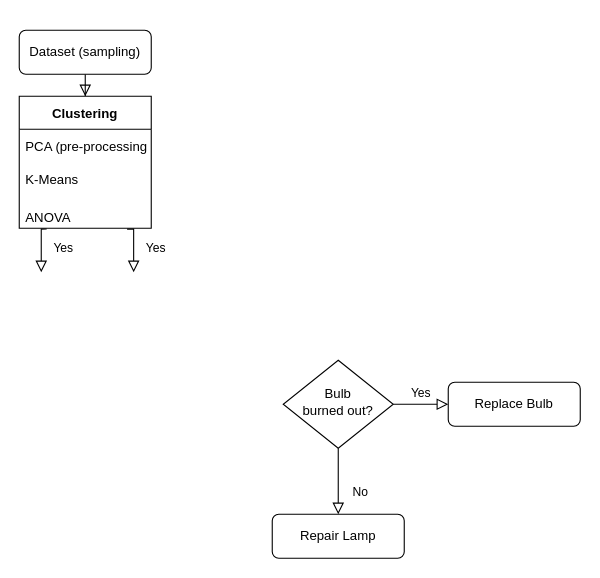
The draw.io diagram Untitled Diagram.drawio in renatoquiliche/Insurance-Mathematics-Economics-ADR, before the edit. Source tidied: cells renumbered, new cells numbered last; positions are measured from the earlier drawing's top-left corner, leaving out a move shared by most shapes. Both pictures are drawn from the tidied source at 110%, with x=0, y=0 at pixel (19, 30).
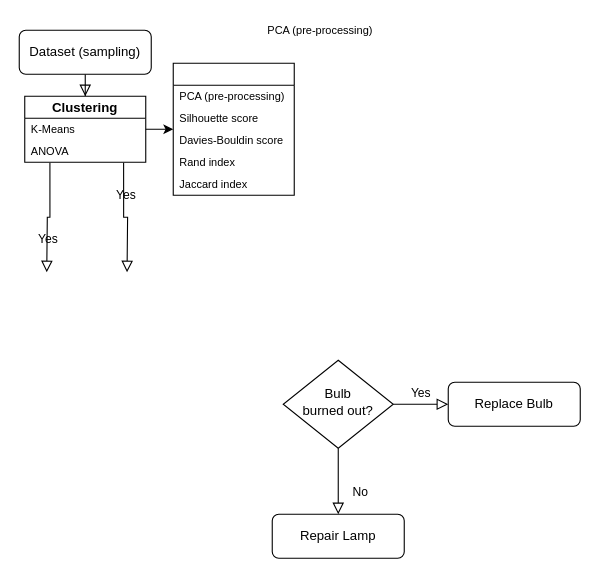
Above is the later version.

What changed in the source:
```diff
@@
     <mxCell id="9" value="Yes" style="rounded=0;html=1;jettySize=auto;fontSize=11;endArrow=block;endFill=0;endSize=8;strokeWidth=1;shadow=0;labelBackgroundColor=none;edgeStyle=orthogonalEdgeStyle;exitX=0.817;exitY=1.025;exitDx=0;exitDy=0;exitPerimeter=0;" parent="1" edge="1" source="14">
       <mxGeometry y="20" relative="1" as="geometry">
-        <mxPoint x="104" y="220" as="targetPoint" />
+        <mxPoint x="98" y="220" as="targetPoint" />
       </mxGeometry>
     </mxCell>
     <mxCell id="10" value="Yes" style="rounded=0;html=1;jettySize=auto;fontSize=11;endArrow=block;endFill=0;endSize=8;strokeWidth=1;shadow=0;labelBackgroundColor=none;edgeStyle=orthogonalEdgeStyle;exitX=0.208;exitY=1.025;exitDx=0;exitDy=0;exitPerimeter=0;" parent="1" edge="1" source="14">
       <mxGeometry y="20" relative="1" as="geometry">
-        <mxPoint x="20" y="220" as="targetPoint" />
+        <mxPoint x="25" y="220" as="targetPoint" />
       </mxGeometry>
     </mxCell>
+    <mxCell id="15" style="edgeStyle=orthogonalEdgeStyle;rounded=0;jettySize=auto;html=1;fontSize=10;" parent="1" edge="1" source="11" target="17">
+      <mxGeometry relative="1" as="geometry" />
+    </mxCell>
-    <mxCell id="11" value="Clustering" style="swimlane;fontStyle=1;horizontal=1;startSize=30;" parent="1" vertex="1">
-      <mxGeometry y="60" width="120" height="120" as="geometry" />
+    <mxCell id="11" value="Clustering" style="swimlane;fontStyle=1;horizontal=1;startSize=20;enumerate=0;" parent="1" vertex="1">
+      <mxGeometry x="5" y="60" width="110" height="60" as="geometry" />
     </mxCell>
-    <mxCell id="12" value="PCA (pre-processing)" style="text;strokeColor=none;fillColor=none;align=left;verticalAlign=middle;spacingLeft=4;spacingRight=4;overflow=hidden;" parent="11" vertex="1">
-      <mxGeometry y="30" width="120" height="30" as="geometry" />
-    </mxCell>
-    <mxCell id="13" value="K-Means" style="text;strokeColor=none;fillColor=none;align=left;verticalAlign=middle;spacingLeft=4;spacingRight=4;overflow=hidden;" parent="11" vertex="1">
-      <mxGeometry y="60" width="120" height="30" as="geometry" />
+    <mxCell id="13" value="K-Means" style="text;strokeColor=none;fillColor=none;align=left;verticalAlign=middle;spacingLeft=4;spacingRight=4;overflow=hidden;fontSize=10;" parent="11" vertex="1">
+      <mxGeometry y="20" width="110" height="20" as="geometry" />
     </mxCell>
-    <mxCell id="14" value="ANOVA" style="text;strokeColor=none;fillColor=none;align=left;verticalAlign=bottom;spacingLeft=4;spacingRight=4;overflow=hidden;points=[[0,0.5],[1,0.5]];portConstraint=eastwest;" parent="11" vertex="1">
-      <mxGeometry y="90" width="120" height="30" as="geometry" />
+    <mxCell id="14" value="ANOVA" style="text;strokeColor=none;fillColor=none;align=left;verticalAlign=middle;spacingLeft=4;spacingRight=4;overflow=hidden;points=[[0,0.5],[1,0.5]];portConstraint=eastwest;fontSize=10;" parent="11" vertex="1">
+      <mxGeometry y="40" width="110" height="20" as="geometry" />
     </mxCell>
+    <mxCell id="16" value="PCA (pre-processing)" style="text;strokeColor=none;fillColor=none;align=left;verticalAlign=middle;spacingLeft=4;spacingRight=4;overflow=hidden;fontSize=10;" parent="1" vertex="1">
+      <mxGeometry x="220" y="-10" width="110" height="20" as="geometry" />
+    </mxCell>
+    <mxCell id="17" style="swimlane;fontStyle=1;horizontal=1;startSize=20;enumerate=0;" parent="1" vertex="1">
+      <mxGeometry x="140" y="30" width="110" height="120" as="geometry" />
+    </mxCell>
+    <mxCell id="18" value="PCA (pre-processing)" style="text;strokeColor=none;fillColor=none;align=left;verticalAlign=middle;spacingLeft=4;spacingRight=4;overflow=hidden;fontSize=10;" parent="17" vertex="1">
+      <mxGeometry y="20" width="110" height="20" as="geometry" />
+    </mxCell>
+    <mxCell id="19" value="Silhouette score" style="text;strokeColor=none;fillColor=none;align=left;verticalAlign=middle;spacingLeft=4;spacingRight=4;overflow=hidden;fontSize=10;" parent="17" vertex="1">
+      <mxGeometry y="40" width="110" height="20" as="geometry" />
+    </mxCell>
+    <mxCell id="20" value="Davies-Bouldin score" style="text;strokeColor=none;fillColor=none;align=left;verticalAlign=middle;spacingLeft=4;spacingRight=4;overflow=hidden;fontSize=10;" parent="17" vertex="1">
+      <mxGeometry y="60" width="110" height="20" as="geometry" />
+    </mxCell>
+    <mxCell id="21" value="Rand index" style="text;strokeColor=none;fillColor=none;align=left;verticalAlign=middle;spacingLeft=4;spacingRight=4;overflow=hidden;fontSize=10;" parent="17" vertex="1">
+      <mxGeometry y="80" width="110" height="20" as="geometry" />
+    </mxCell>
+    <mxCell id="22" value="Jaccard index" style="text;strokeColor=none;fillColor=none;align=left;verticalAlign=middle;spacingLeft=4;spacingRight=4;overflow=hidden;fontSize=10;" parent="17" vertex="1">
+      <mxGeometry y="100" width="110" height="20" as="geometry" />
+    </mxCell>
```
